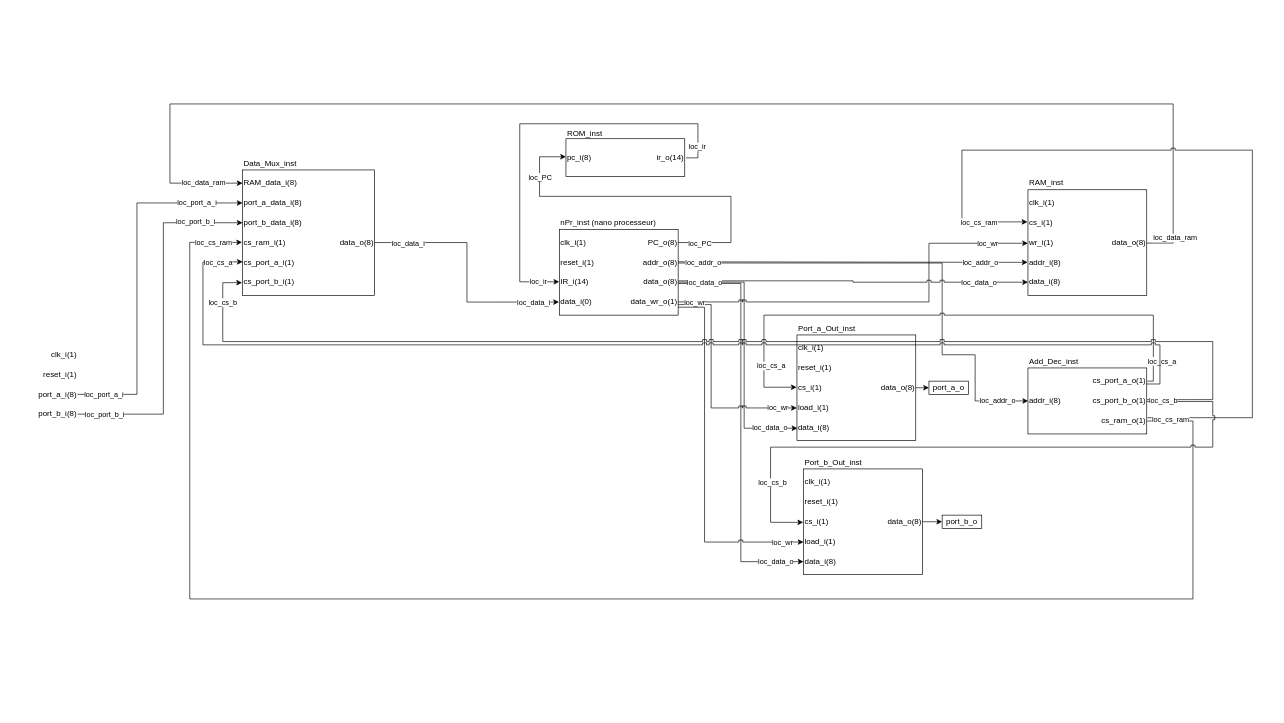
catabozan/sysnum-applique keeps this draw.io diagram as _documents/schemas/nanoControleur.drawio. Above is the earlier version. Source tidied: cells renumbered, new cells numbered last; positions are measured from the earlier drawing's top-left corner, leaving out a move shared by most shapes. Both pictures are drawn from the tidied source at 66%, with x=0, y=0 at pixel (31, 104).
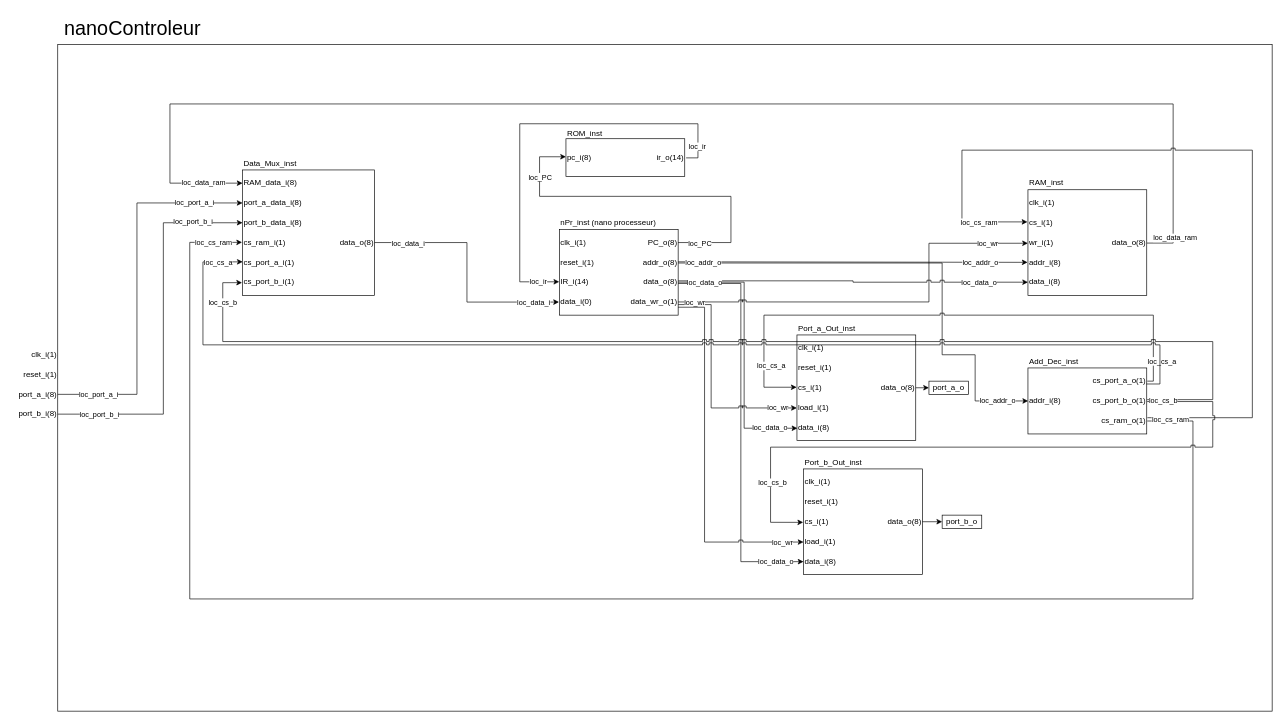
The same diagram, later.

Commit message (it also covers changes not shown here):
docs: clean some schemas and export in svg

Unchanged cells that the change refers to:
```xml
<mxCell id="15" style="edgeStyle=orthogonalEdgeStyle;html=1;rounded=0;" parent="1" edge="1" source="18" target="26">
  <mxGeometry relative="1" as="geometry">
    <Array as="points">
      <mxPoint x="160" y="440" />
      <mxPoint x="160" y="150" />
    </Array>
  </mxGeometry>
</mxCell>
<mxCell id="19" style="edgeStyle=orthogonalEdgeStyle;rounded=0;html=1;" parent="1" edge="1" source="22" target="27">
  <mxGeometry relative="1" as="geometry">
    <Array as="points">
      <mxPoint x="200" y="470" />
      <mxPoint x="200" y="180" />
    </Array>
  </mxGeometry>
</mxCell>
```

Change to the diagram source:
```diff
@@
+    <mxCell id="122" style="whiteSpace=wrap;html=1;" parent="1" vertex="1">
+      <mxGeometry x="40" y="-90" width="1840" height="1010" as="geometry" />
+    </mxCell>
@@
     <mxCell id="13" value="clk_i(1)" style="text;html=1;align=right;verticalAlign=middle;strokeColor=none;fillColor=none;" parent="1" vertex="1">
-      <mxGeometry y="370" width="70" height="20" as="geometry" />
+      <mxGeometry x="-30" y="370" width="70" height="20" as="geometry" />
     </mxCell>
     <mxCell id="14" value="reset_i(1)" style="text;html=1;align=right;verticalAlign=middle;strokeColor=none;fillColor=none;" parent="1" vertex="1">
-      <mxGeometry x="10" y="400" width="60" height="20" as="geometry" />
+      <mxGeometry x="-20" y="400" width="60" height="20" as="geometry" />
     </mxCell>
@@
     <mxCell id="16" value="loc_port_a_i" style="edgeLabel;html=1;align=center;verticalAlign=middle;" parent="15" vertex="1">
       <mxGeometry x="-0.91" relative="1" as="geometry">
-        <mxPoint x="15" as="offset" />
+        <mxPoint x="35" as="offset" />
       </mxGeometry>
     </mxCell>
@@
     <mxCell id="18" value="port_a_i(8)" style="text;html=1;align=right;verticalAlign=middle;points=[];strokeColor=none;fillColor=none;" parent="1" vertex="1">
-      <mxGeometry x="10" y="430" width="60" height="20" as="geometry" />
+      <mxGeometry x="-20" y="430" width="60" height="20" as="geometry" />
     </mxCell>
@@
     <mxCell id="20" value="loc_port_b_i" style="edgeLabel;html=1;align=center;verticalAlign=middle;" parent="19" vertex="1">
       <mxGeometry x="-0.87" relative="1" as="geometry">
-        <mxPoint x="5" as="offset" />
+        <mxPoint x="25" as="offset" />
       </mxGeometry>
     </mxCell>
@@
     <mxCell id="22" value="port_b_i(8)" style="text;html=1;align=right;verticalAlign=middle;points=[];strokeColor=none;fillColor=none;" parent="1" vertex="1">
-      <mxGeometry x="10" y="460" width="60" height="20" as="geometry" />
+      <mxGeometry x="-20" y="460" width="60" height="20" as="geometry" />
     </mxCell>
@@
+    <mxCell id="123" value="nanoControleur" style="text;html=1;align=center;verticalAlign=middle;strokeColor=none;fillColor=none;fontSize=30;" parent="1" vertex="1">
+      <mxGeometry x="38" y="-140" width="230" height="50" as="geometry" />
+    </mxCell>
```
